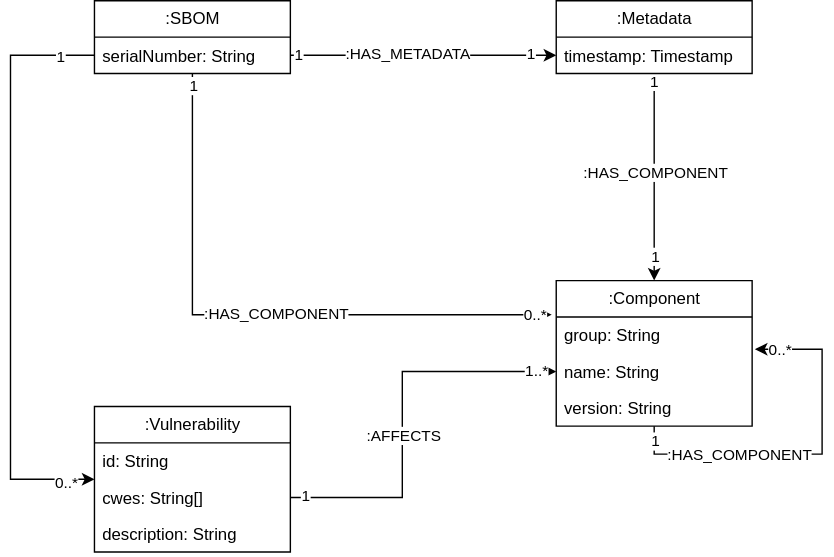
This is model.drawio.svg from jqassistant-plugin/jqassistant-cyclonedx-plugin, a draw.io export, as it was before one commit. Source tidied: cells renumbered, new cells last; positions are measured from the earlier drawing's top-left corner, leaving out a move shared by most shapes.
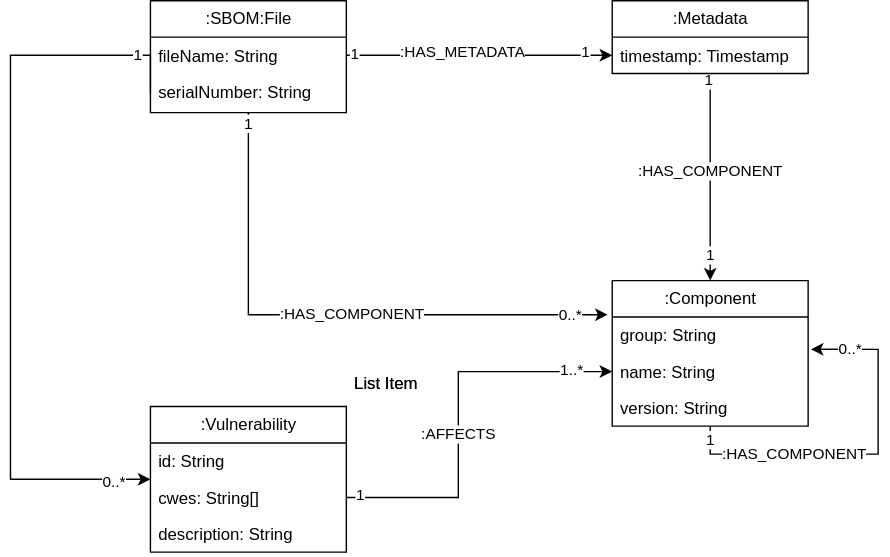
Later version of the same file.

Commit message:
updated model diagram

The edit, as a diff of the source:
```diff
@@ -11,18 +11,23 @@
       </mxGeometry>
     </mxCell>
     <mxCell id="4" value="0..*" style="edgeLabel;html=1;align=center;verticalAlign=middle;" parent="2" vertex="1">
-      <mxGeometry x="0.94" relative="1" as="geometry" />
+      <mxGeometry x="0.94" relative="1" as="geometry">
+        <mxPoint x="-16" as="offset" />
+      </mxGeometry>
     </mxCell>
     <mxCell id="5" value="1" style="edgeLabel;html=1;align=center;verticalAlign=middle;" parent="2" vertex="1">
       <mxGeometry x="-0.98" relative="1" as="geometry">
         <mxPoint y="3" as="offset" />
       </mxGeometry>
     </mxCell>
-    <mxCell id="6" value=":SBOM" style="swimlane;fontStyle=0;horizontal=1;startSize=26;fillColor=none;html=1;" parent="1" vertex="1">
-      <mxGeometry x="60" width="140" height="52" as="geometry" />
+    <mxCell id="6" value=":SBOM:File" style="swimlane;fontStyle=0;horizontal=1;startSize=26;fillColor=none;html=1;" parent="1" vertex="1">
+      <mxGeometry x="60" width="140" height="80" as="geometry" />
     </mxCell>
+    <mxCell id="37" value="fileName: String" style="text;strokeColor=none;fillColor=none;align=left;verticalAlign=top;spacingLeft=4;spacingRight=4;overflow=hidden;points=[[0,0.5],[1,0.5]];portConstraint=eastwest;whiteSpace=wrap;html=1;" parent="6" vertex="1">
+      <mxGeometry y="26" width="140" height="26" as="geometry" />
+    </mxCell>
     <mxCell id="7" value="serialNumber: String" style="text;strokeColor=none;fillColor=none;align=left;verticalAlign=top;spacingLeft=4;spacingRight=4;overflow=hidden;points=[[0,0.5],[1,0.5]];portConstraint=eastwest;whiteSpace=wrap;html=1;" parent="6" vertex="1">
-      <mxGeometry y="26" width="140" height="26" as="geometry" />
+      <mxGeometry y="52" width="140" height="28" as="geometry" />
     </mxCell>
     <mxCell id="8" style="edgeStyle=orthogonalEdgeStyle;rounded=0;jettySize=auto;html=1;entryX=0.5;entryY=0;entryDx=0;entryDy=0;" parent="1" edge="1" source="12" target="14">
       <mxGeometry relative="1" as="geometry" />
@@ -70,13 +75,13 @@
     </mxCell>
     <mxCell id="20" value="0..*" style="edgeLabel;html=1;align=center;verticalAlign=middle;" parent="18" vertex="1">
       <mxGeometry x="0.88" relative="1" as="geometry">
-        <mxPoint x="2" as="offset" />
+        <mxPoint x="12" as="offset" />
       </mxGeometry>
     </mxCell>
     <mxCell id="21" value="1" style="edgeLabel;html=1;align=center;verticalAlign=middle;" parent="18" vertex="1">
       <mxGeometry x="-0.92" relative="1" as="geometry" />
     </mxCell>
-    <mxCell id="22" style="edgeStyle=orthogonalEdgeStyle;rounded=0;jettySize=auto;html=1;entryX=0;entryY=0.5;entryDx=0;entryDy=0;exitX=1;exitY=0.5;exitDx=0;exitDy=0;" parent="1" edge="1" source="7" target="13">
+    <mxCell id="22" style="edgeStyle=orthogonalEdgeStyle;rounded=0;jettySize=auto;html=1;entryX=0;entryY=0.5;entryDx=0;entryDy=0;exitX=1;exitY=0.5;exitDx=0;exitDy=0;" parent="1" edge="1" source="37" target="13">
       <mxGeometry relative="1" as="geometry" />
     </mxCell>
     <mxCell id="23" value=":HAS_METADATA" style="edgeLabel;html=1;align=center;verticalAlign=middle;" parent="22" vertex="1">
@@ -102,16 +107,19 @@
     <mxCell id="29" value="description: String" style="text;strokeColor=none;fillColor=none;align=left;verticalAlign=top;spacingLeft=4;spacingRight=4;overflow=hidden;whiteSpace=wrap;html=1;" parent="26" vertex="1">
       <mxGeometry y="78" width="140" height="26" as="geometry" />
     </mxCell>
-    <mxCell id="30" style="edgeStyle=orthogonalEdgeStyle;rounded=0;jettySize=auto;html=1;entryX=0;entryY=0.5;entryDx=0;entryDy=0;" parent="1" edge="1" source="7" target="26">
+    <mxCell id="30" style="edgeStyle=orthogonalEdgeStyle;rounded=0;jettySize=auto;html=1;entryX=0;entryY=0.5;entryDx=0;entryDy=0;exitX=0;exitY=0.5;exitDx=0;exitDy=0;" parent="1" edge="1" source="7" target="26">
       <mxGeometry relative="1" as="geometry">
         <Array as="points">
-          <mxPoint y="39" />
-          <mxPoint y="342" />
+          <mxPoint x="60" y="39" />
+          <mxPoint x="-40" y="39" />
+          <mxPoint x="-40" y="342" />
         </Array>
       </mxGeometry>
     </mxCell>
     <mxCell id="31" value="1" style="edgeLabel;html=1;align=center;verticalAlign=middle;" parent="30" vertex="1">
-      <mxGeometry x="-0.88" relative="1" as="geometry" />
+      <mxGeometry x="-0.88" relative="1" as="geometry">
+        <mxPoint x="-5" as="offset" />
+      </mxGeometry>
     </mxCell>
     <mxCell id="32" value="0..*" style="edgeLabel;html=1;align=center;verticalAlign=middle;" parent="30" vertex="1">
       <mxGeometry x="0.9" y="-2" relative="1" as="geometry" />
@@ -135,7 +143,15 @@
       </mxGeometry>
     </mxCell>
     <mxCell id="36" value="1..*" style="edgeLabel;html=1;align=center;verticalAlign=middle;" parent="33" vertex="1">
-      <mxGeometry x="0.89" y="1" relative="1" as="geometry" />
+      <mxGeometry x="0.89" y="1" relative="1" as="geometry">
+        <mxPoint x="-15" as="offset" />
+      </mxGeometry>
     </mxCell>
+    <mxCell id="38" value="List Item" style="text;strokeColor=none;fillColor=none;align=left;verticalAlign=top;spacingLeft=4;spacingRight=4;overflow=hidden;whiteSpace=wrap;html=1;" parent="1" vertex="1">
+      <mxGeometry x="200" y="260" width="60" height="26" as="geometry" />
+    </mxCell>
+    <mxCell id="39" value="List Item" style="text;strokeColor=none;fillColor=none;align=left;verticalAlign=top;spacingLeft=4;spacingRight=4;overflow=hidden;whiteSpace=wrap;html=1;" parent="1" vertex="1">
+      <mxGeometry x="200" y="260" width="60" height="26" as="geometry" />
+    </mxCell>
   </root>
 </mxGraphModel>
```
